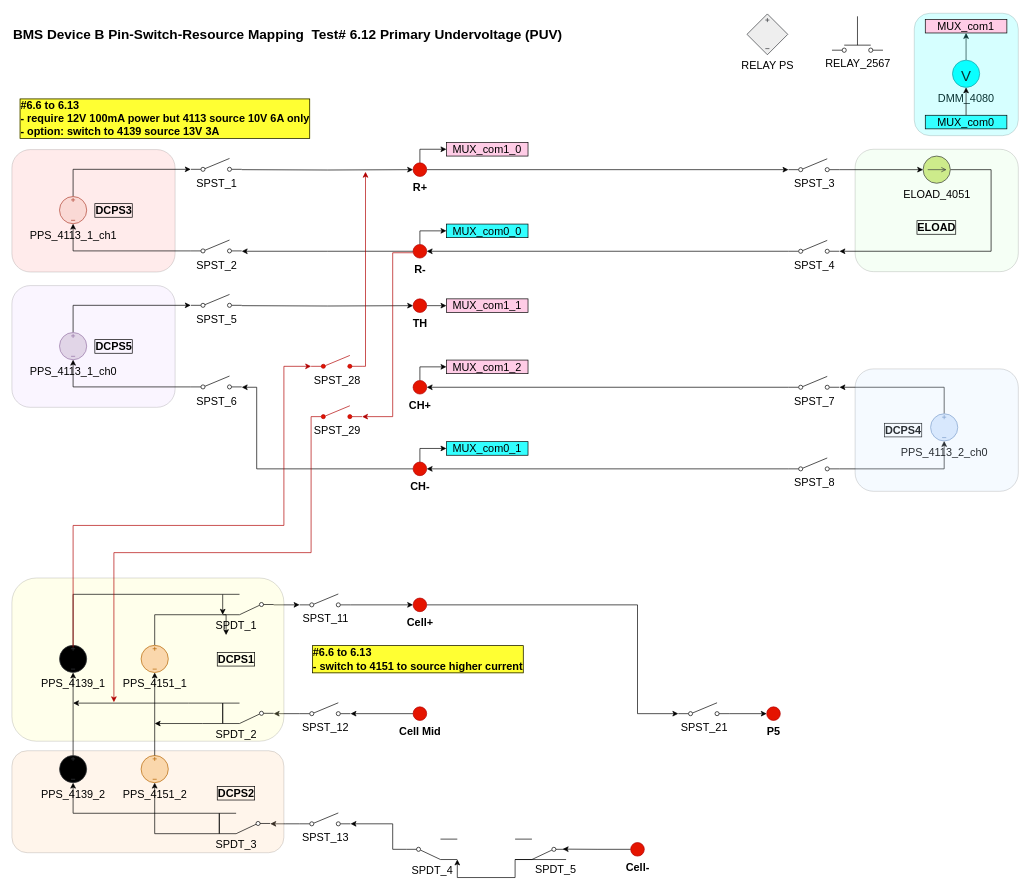
Earlier version of the draw.io diagram BMS_device_B_6p13.drawio (ktlim-xy/draw-io). Source tidied: cells renumbered, new cells numbered last; positions are measured from the earlier drawing's top-left corner, leaving out a move shared by most shapes. Both pictures are drawn from the tidied source at 68%, with x=0, y=0 at pixel (12, 12).
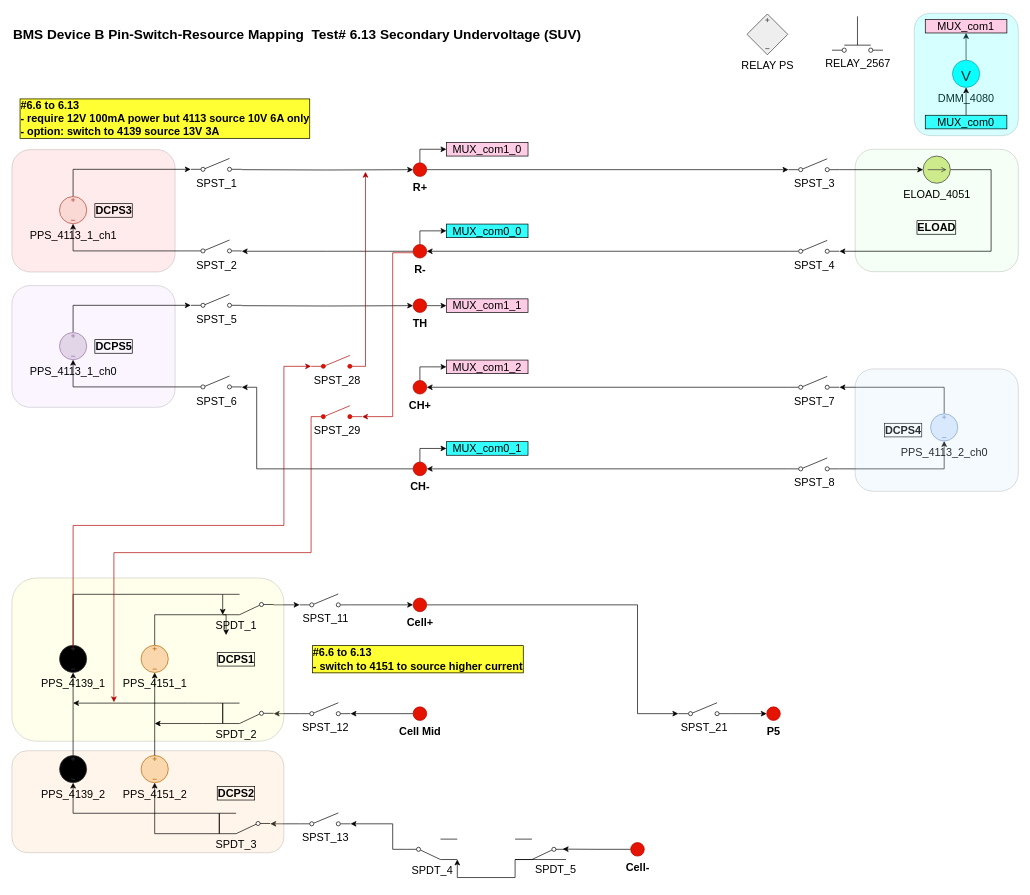
After the change.

Diff of the diagram source:
```diff
@@
-    <mxCell id="106" value="&lt;b&gt;BMS Device B Pin-Switch-Resource Mapping&amp;nbsp; Test#&amp;nbsp;6.12 Primary Undervoltage (PUV)&lt;/b&gt;" style="text;html=1;whiteSpace=wrap;strokeColor=none;fillColor=none;align=left;verticalAlign=middle;rounded=0;fontSize=20;" parent="1" vertex="1">
+    <mxCell id="106" value="&lt;b&gt;BMS Device B Pin-Switch-Resource Mapping&amp;nbsp; Test#&amp;nbsp;6.13 Secondary Undervoltage (SUV)&lt;/b&gt;" style="text;html=1;whiteSpace=wrap;strokeColor=none;fillColor=none;align=left;verticalAlign=middle;rounded=0;fontSize=20;" parent="1" vertex="1">
       <mxGeometry width="1010" height="65" as="geometry" />
     </mxCell>
```
